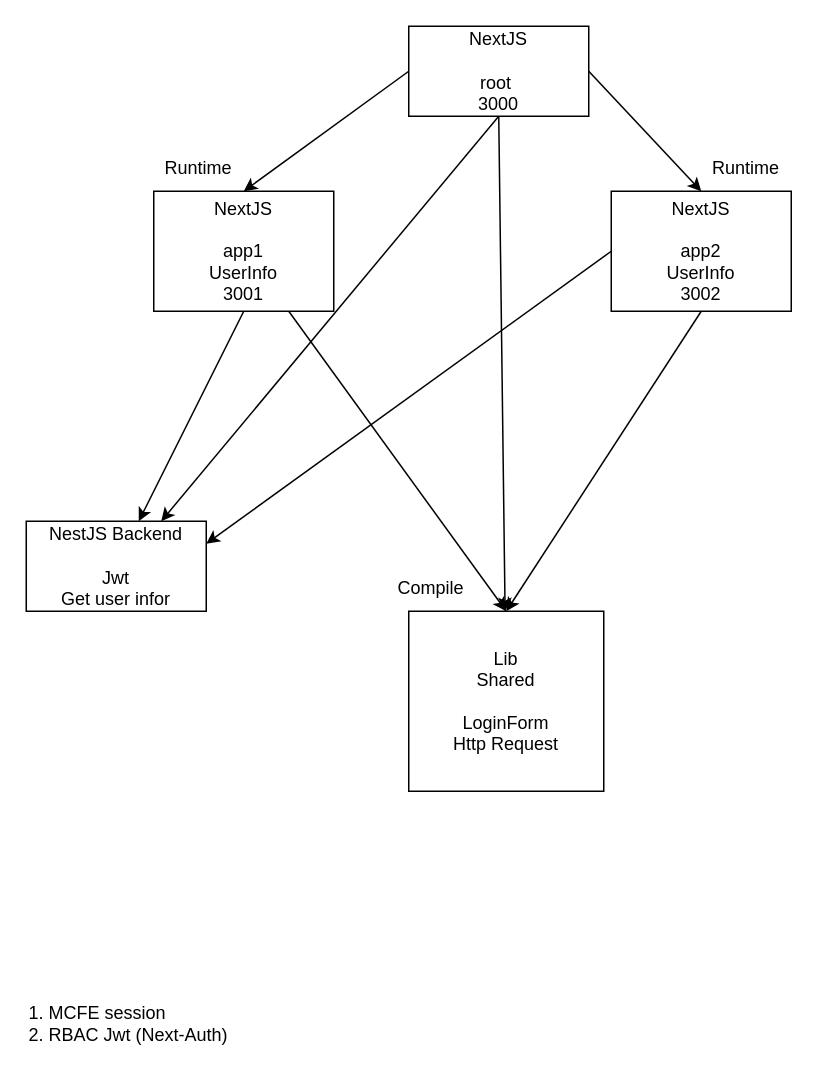
Above: architecture.dio in LeTienHanh/mcfe-demo (draw.io), before the change. Source tidied: cells renumbered, new cells numbered last; positions are measured from the earlier drawing's top-left corner, leaving out a move shared by most shapes. Both pictures are drawn from the tidied source at 150%, with x=0, y=0 at pixel (26, 26).
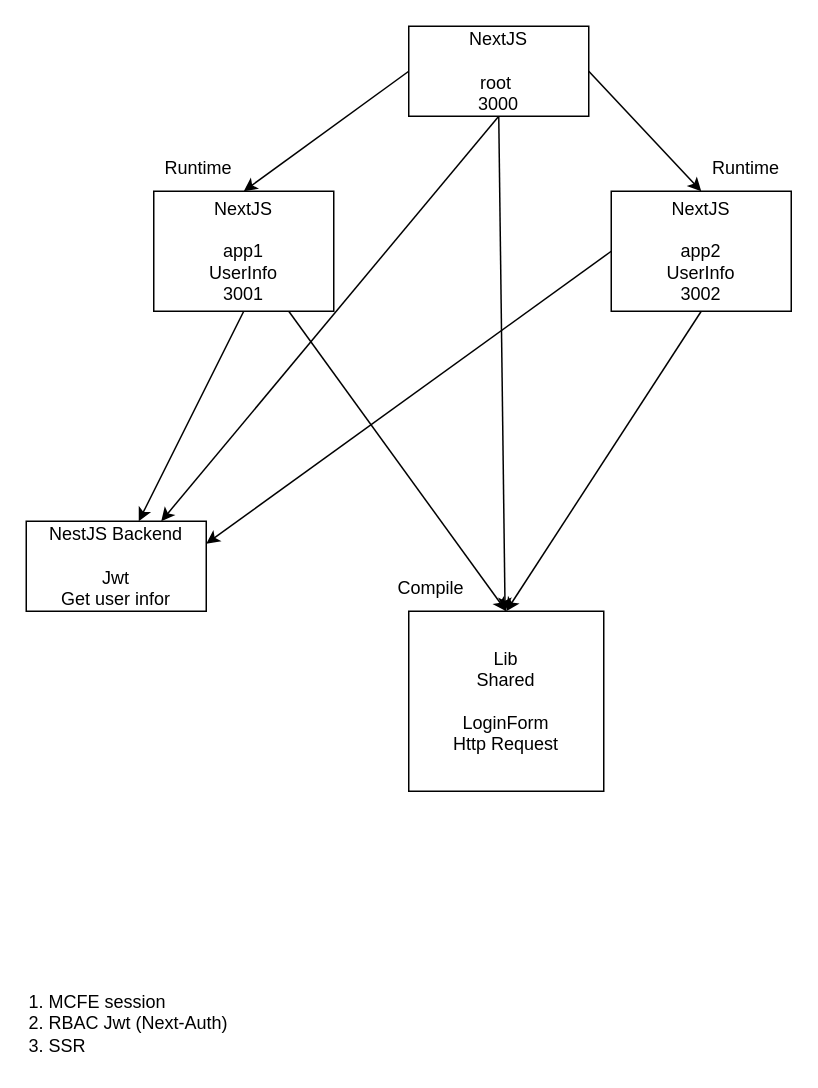
Above is the later version.

What changed in the source:
```diff
@@
 <mxGraphModel>
   <root>
     <mxCell id="0" />
     <mxCell id="1" parent="0" />
     <mxCell id="2" style="edgeStyle=none;html=1;exitX=0;exitY=0.5;exitDx=0;exitDy=0;entryX=0.5;entryY=0;entryDx=0;entryDy=0;" parent="1" edge="1" source="6" target="9">
       <mxGeometry relative="1" as="geometry" />
     </mxCell>
     <mxCell id="3" style="edgeStyle=none;html=1;exitX=1;exitY=0.5;exitDx=0;exitDy=0;entryX=0.5;entryY=0;entryDx=0;entryDy=0;" parent="1" edge="1" source="6" target="12">
       <mxGeometry relative="1" as="geometry" />
     </mxCell>
     <mxCell id="4" style="edgeStyle=none;html=1;exitX=0.5;exitY=1;exitDx=0;exitDy=0;" parent="1" edge="1" source="6" target="13">
       <mxGeometry relative="1" as="geometry" />
     </mxCell>
     <mxCell id="5" style="edgeStyle=none;html=1;exitX=0.5;exitY=1;exitDx=0;exitDy=0;entryX=0.75;entryY=0;entryDx=0;entryDy=0;" parent="1" edge="1" source="6" target="14">
       <mxGeometry relative="1" as="geometry" />
     </mxCell>
     <mxCell id="6" value="NextJS&lt;br&gt;&lt;br&gt;root&amp;nbsp;&lt;br&gt;3000" style="rounded=0;whiteSpace=wrap;html=1;" parent="1" vertex="1">
       <mxGeometry x="255" width="120" height="60" as="geometry" />
     </mxCell>
     <mxCell id="7" style="edgeStyle=none;html=1;exitX=0.5;exitY=1;exitDx=0;exitDy=0;" parent="1" edge="1" source="9" target="14">
       <mxGeometry relative="1" as="geometry" />
     </mxCell>
     <mxCell id="8" style="edgeStyle=none;html=1;exitX=0.75;exitY=1;exitDx=0;exitDy=0;entryX=0.5;entryY=0;entryDx=0;entryDy=0;" parent="1" edge="1" source="9" target="13">
       <mxGeometry relative="1" as="geometry" />
     </mxCell>
     <mxCell id="9" value="NextJS&lt;br&gt;&lt;br&gt;app1&lt;br&gt;UserInfo&lt;br&gt;3001" style="rounded=0;whiteSpace=wrap;html=1;" parent="1" vertex="1">
       <mxGeometry x="85" y="110" width="120" height="80" as="geometry" />
     </mxCell>
     <mxCell id="10" style="edgeStyle=none;html=1;exitX=0.5;exitY=1;exitDx=0;exitDy=0;entryX=0.5;entryY=0;entryDx=0;entryDy=0;" parent="1" edge="1" source="12" target="13">
       <mxGeometry relative="1" as="geometry" />
     </mxCell>
     <mxCell id="11" style="edgeStyle=none;html=1;exitX=0;exitY=0.5;exitDx=0;exitDy=0;entryX=1;entryY=0.25;entryDx=0;entryDy=0;" parent="1" edge="1" source="12" target="14">
       <mxGeometry relative="1" as="geometry" />
     </mxCell>
     <mxCell id="12" value="NextJS&lt;br&gt;&lt;br&gt;app2&lt;br&gt;UserInfo&lt;br&gt;3002" style="rounded=0;whiteSpace=wrap;html=1;" parent="1" vertex="1">
       <mxGeometry x="390" y="110" width="120" height="80" as="geometry" />
     </mxCell>
     <mxCell id="13" value="Lib&lt;br&gt;Shared&lt;br&gt;&lt;br&gt;LoginForm&lt;br&gt;Http Request" style="rounded=0;whiteSpace=wrap;html=1;" parent="1" vertex="1">
       <mxGeometry x="255" y="390" width="130" height="120" as="geometry" />
     </mxCell>
     <mxCell id="14" value="NestJS Backend&lt;br&gt;&lt;br&gt;Jwt&lt;br&gt;Get user infor" style="rounded=0;whiteSpace=wrap;html=1;" parent="1" vertex="1">
       <mxGeometry y="330" width="120" height="60" as="geometry" />
     </mxCell>
     <mxCell id="15" value="Compile" style="text;html=1;strokeColor=none;fillColor=none;align=center;verticalAlign=middle;whiteSpace=wrap;rounded=0;" parent="1" vertex="1">
       <mxGeometry x="240" y="360" width="60" height="30" as="geometry" />
     </mxCell>
-    <mxCell id="16" value="1. MCFE session&lt;br&gt;2. RBAC Jwt (Next-Auth)" style="text;html=1;strokeColor=none;fillColor=none;align=left;verticalAlign=middle;whiteSpace=wrap;rounded=0;" parent="1" vertex="1">
+    <mxCell id="16" value="1. MCFE session&lt;br&gt;2. RBAC Jwt (Next-Auth)&lt;br&gt;3. SSR" style="text;html=1;strokeColor=none;fillColor=none;align=left;verticalAlign=middle;whiteSpace=wrap;rounded=0;" parent="1" vertex="1">
       <mxGeometry y="640" width="290" height="50" as="geometry" />
     </mxCell>
     <mxCell id="17" value="Runtime" style="text;html=1;strokeColor=none;fillColor=none;align=center;verticalAlign=middle;whiteSpace=wrap;rounded=0;" parent="1" vertex="1">
       <mxGeometry x="85" y="80" width="60" height="30" as="geometry" />
     </mxCell>
     <mxCell id="18" value="Runtime" style="text;html=1;strokeColor=none;fillColor=none;align=center;verticalAlign=middle;whiteSpace=wrap;rounded=0;" parent="1" vertex="1">
       <mxGeometry x="450" y="80" width="60" height="30" as="geometry" />
     </mxCell>
   </root>
 </mxGraphModel>
```
